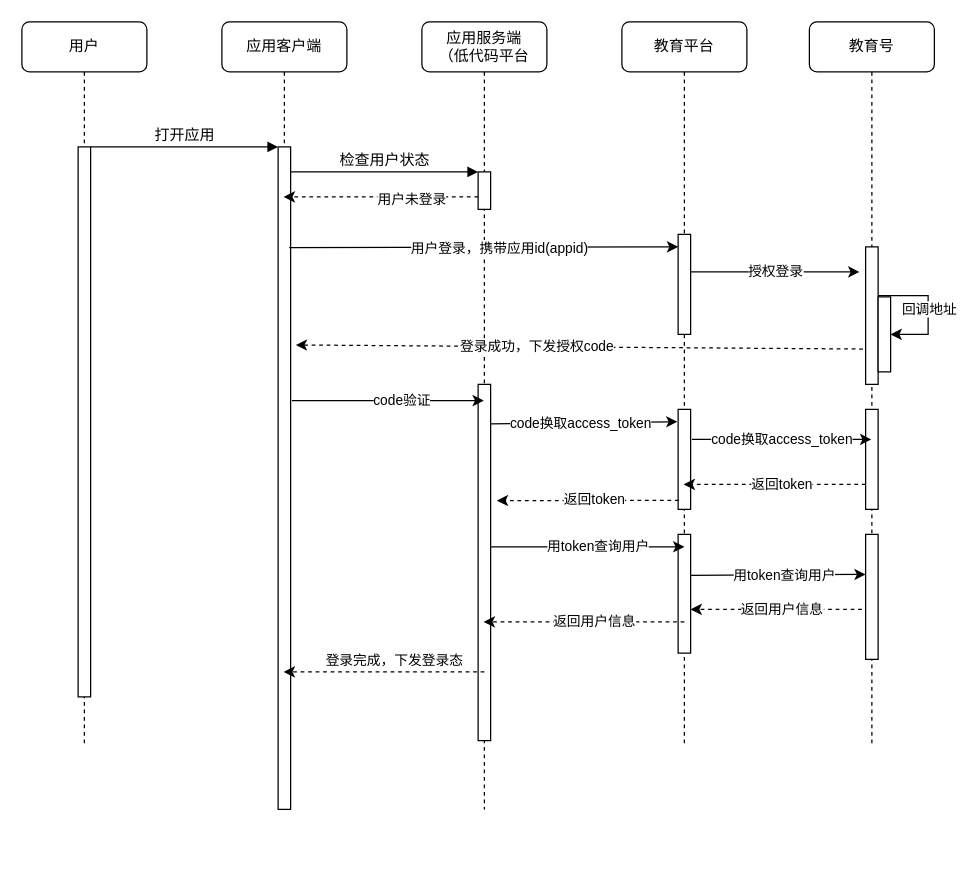
Above: 低代码应用单点登录流程.drawio in liangdengming/diagrams (draw.io), before the change. Source tidied: cells renumbered, new cells numbered last; positions are measured from the earlier drawing's top-left corner, leaving out a move shared by most shapes. Both pictures are drawn from the tidied source at 125%, with x=0, y=0 at pixel (21, 21).
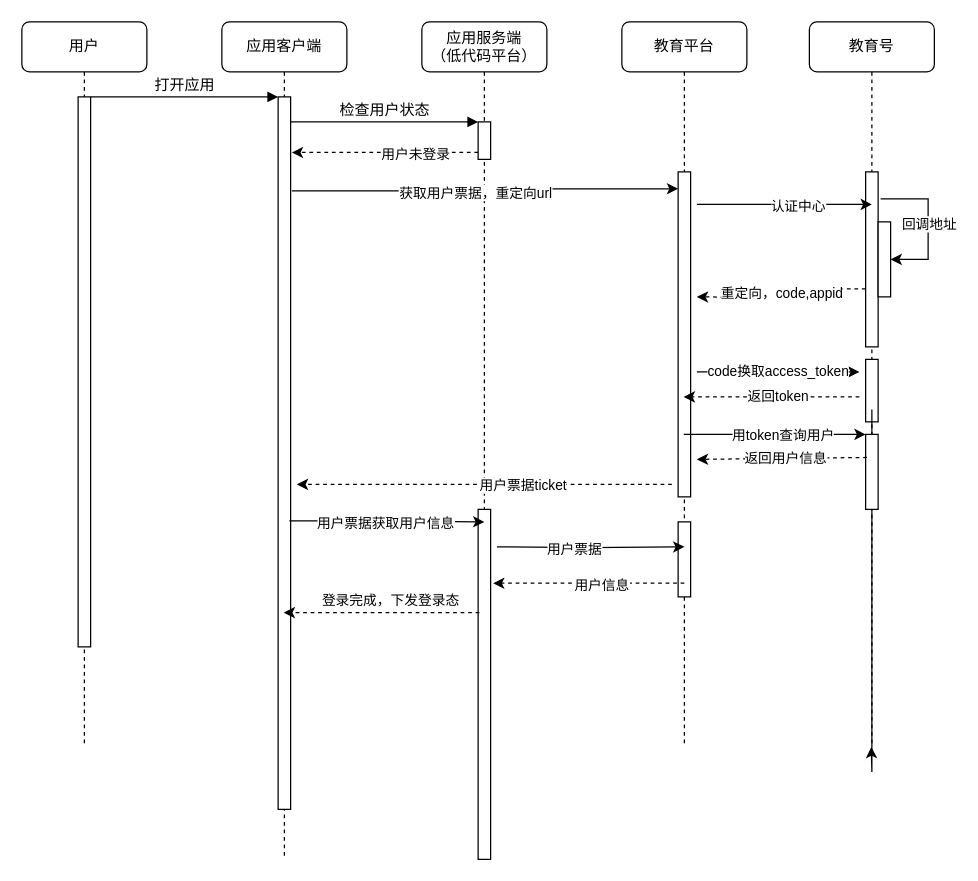
After the change.

Commit message:
更新低代码应用单点登录流程.drawio

The change refers to these unchanged cells:
```xml
<mxCell id="9" value="教育平台" style="shape=umlLifeline;perimeter=lifelinePerimeter;whiteSpace=wrap;html=1;outlineConnect=0;rounded=1;shadow=0;comic=0;labelBackgroundColor=none;strokeWidth=1;fontFamily=Verdana;fontSize=12;align=center;" parent="1" vertex="1">
  <mxGeometry x="480" width="100" height="580" as="geometry" />
</mxCell>
<mxCell id="13" value="用户" style="shape=umlLifeline;perimeter=lifelinePerimeter;whiteSpace=wrap;html=1;rounded=1;shadow=0;comic=0;labelBackgroundColor=none;strokeWidth=1;fontFamily=Verdana;fontSize=12;align=center;" parent="1" vertex="1">
  <mxGeometry width="100" height="580" as="geometry" />
</mxCell>
<mxCell id="17" value="教育号" style="shape=umlLifeline;perimeter=lifelinePerimeter;whiteSpace=wrap;html=1;outlineConnect=0;rounded=1;shadow=0;comic=0;labelBackgroundColor=none;strokeWidth=1;fontFamily=Verdana;fontSize=12;align=center;" parent="1" vertex="1">
  <mxGeometry x="630" width="100" height="580" as="geometry" />
</mxCell>
```

The edit, as a diff of the source:
```diff
@@
     <mxCell id="2" value="应用客户端" style="shape=umlLifeline;perimeter=lifelinePerimeter;whiteSpace=wrap;html=1;outlineConnect=0;rounded=1;shadow=0;comic=0;labelBackgroundColor=none;strokeWidth=1;fontFamily=Verdana;fontSize=12;align=center;" parent="1" vertex="1">
-      <mxGeometry x="160" width="100" height="630" as="geometry" />
+      <mxGeometry x="160" width="100" height="670" as="geometry" />
     </mxCell>
@@
     <mxCell id="4" style="html=1;points=[];perimeter=orthogonalPerimeter;rounded=0;shadow=0;comic=0;labelBackgroundColor=none;strokeWidth=1;fontFamily=Verdana;fontSize=12;align=center;" parent="2" vertex="1">
-      <mxGeometry x="45" y="100" width="10" height="530" as="geometry" />
+      <mxGeometry x="45" y="60" width="10" height="570" as="geometry" />
     </mxCell>
-    <mxCell id="5" value="应用服务端&lt;br style=&quot;border-color: var(--border-color);&quot;&gt;（低代码平台" style="shape=umlLifeline;perimeter=lifelinePerimeter;whiteSpace=wrap;html=1;outlineConnect=0;rounded=1;shadow=0;comic=0;labelBackgroundColor=none;strokeWidth=1;fontFamily=Verdana;fontSize=12;align=center;" parent="1" vertex="1">
-      <mxGeometry x="320" width="100" height="630" as="geometry" />
+    <mxCell id="5" value="应用服务端&lt;br style=&quot;border-color: var(--border-color);&quot;&gt;（低代码平台）" style="shape=umlLifeline;perimeter=lifelinePerimeter;whiteSpace=wrap;html=1;outlineConnect=0;rounded=1;shadow=0;comic=0;labelBackgroundColor=none;strokeWidth=1;fontFamily=Verdana;fontSize=12;align=center;" parent="1" vertex="1">
+      <mxGeometry x="320" width="100" height="670" as="geometry" />
     </mxCell>
     <mxCell id="6" style="html=1;points=[];perimeter=orthogonalPerimeter;rounded=0;shadow=0;comic=0;labelBackgroundColor=none;strokeWidth=1;fontFamily=Verdana;fontSize=12;align=center;" parent="5" vertex="1">
-      <mxGeometry x="45" y="120" width="10" height="30" as="geometry" />
+      <mxGeometry x="45" y="80" width="10" height="30" as="geometry" />
     </mxCell>
@@
+    <mxCell id="52" style="edgeStyle=orthogonalEdgeStyle;rounded=0;jettySize=auto;html=1;" parent="5" edge="1" source="8" target="5">
+      <mxGeometry relative="1" as="geometry">
+        <Array as="points">
+          <mxPoint x="50" y="230" />
+          <mxPoint x="50" y="230" />
+        </Array>
+      </mxGeometry>
+    </mxCell>
     <mxCell id="8" style="html=1;points=[];perimeter=orthogonalPerimeter;rounded=0;shadow=0;comic=0;labelBackgroundColor=none;strokeWidth=1;fontFamily=Verdana;fontSize=12;align=center;" parent="5" vertex="1">
-      <mxGeometry x="45" y="290" width="10" height="285" as="geometry" />
+      <mxGeometry x="45" y="390" width="10" height="280" as="geometry" />
     </mxCell>
@@
-    <mxCell id="10" style="html=1;points=[];perimeter=orthogonalPerimeter;rounded=0;shadow=0;comic=0;labelBackgroundColor=none;strokeWidth=1;fontFamily=Verdana;fontSize=12;align=center;" parent="9" vertex="1">
-      <mxGeometry x="45" y="170" width="10" height="80" as="geometry" />
-    </mxCell>
+    <mxCell id="53" style="edgeStyle=orthogonalEdgeStyle;rounded=0;jettySize=auto;html=1;" parent="9" edge="1" source="11" target="9">
+      <mxGeometry relative="1" as="geometry">
+        <Array as="points">
+          <mxPoint x="50" y="230" />
+          <mxPoint x="50" y="230" />
+        </Array>
+      </mxGeometry>
+    </mxCell>
     <mxCell id="11" style="html=1;points=[];perimeter=orthogonalPerimeter;rounded=0;shadow=0;comic=0;labelBackgroundColor=none;strokeWidth=1;fontFamily=Verdana;fontSize=12;align=center;" parent="9" vertex="1">
-      <mxGeometry x="45" y="310" width="10" height="80" as="geometry" />
+      <mxGeometry x="45" y="120" width="10" height="260" as="geometry" />
     </mxCell>
-    <mxCell id="12" style="html=1;points=[];perimeter=orthogonalPerimeter;rounded=0;shadow=0;comic=0;labelBackgroundColor=none;strokeWidth=1;fontFamily=Verdana;fontSize=12;align=center;" parent="9" vertex="1">
-      <mxGeometry x="45" y="410" width="10" height="95" as="geometry" />
-    </mxCell>
+    <mxCell id="54" style="html=1;points=[];perimeter=orthogonalPerimeter;rounded=0;shadow=0;comic=0;labelBackgroundColor=none;strokeWidth=1;fontFamily=Verdana;fontSize=12;align=center;" parent="9" vertex="1">
+      <mxGeometry x="45" y="400" width="10" height="60" as="geometry" />
+    </mxCell>
@@
     <mxCell id="14" style="html=1;points=[];perimeter=orthogonalPerimeter;rounded=0;shadow=0;comic=0;labelBackgroundColor=none;strokeWidth=1;fontFamily=Verdana;fontSize=12;align=center;" parent="13" vertex="1">
-      <mxGeometry x="45" y="100" width="10" height="440" as="geometry" />
+      <mxGeometry x="45" y="60" width="10" height="440" as="geometry" />
     </mxCell>
@@
     <mxCell id="19" style="html=1;points=[];perimeter=orthogonalPerimeter;rounded=0;shadow=0;comic=0;labelBackgroundColor=none;strokeWidth=1;fontFamily=Verdana;fontSize=12;align=center;" parent="17" vertex="1">
-      <mxGeometry x="45" y="180" width="10" height="110" as="geometry" />
+      <mxGeometry x="45" y="120" width="10" height="140" as="geometry" />
     </mxCell>
@@
     <mxCell id="21" style="html=1;points=[];perimeter=orthogonalPerimeter;rounded=0;shadow=0;comic=0;labelBackgroundColor=none;strokeWidth=1;fontFamily=Verdana;fontSize=12;align=center;" parent="17" vertex="1">
-      <mxGeometry x="55" y="220" width="10" height="60" as="geometry" />
+      <mxGeometry x="55" y="160" width="10" height="60" as="geometry" />
     </mxCell>
-    <mxCell id="22" style="endArrow=classic;html=1;rounded=0;exitX=1;exitY=0.355;exitDx=0;exitDy=0;exitPerimeter=0;edgeStyle=entityRelationEdgeStyle;elbow=vertical;" parent="17" edge="1" source="19" target="21">
+    <mxCell id="22" style="endArrow=classic;html=1;rounded=0;exitX=1.2;exitY=0.154;exitDx=0;exitDy=0;exitPerimeter=0;edgeStyle=entityRelationEdgeStyle;elbow=vertical;" parent="17" edge="1" source="19" target="21">
       <mxGeometry relative="1" as="geometry" />
     </mxCell>
@@
     <mxCell id="24" style="html=1;points=[];perimeter=orthogonalPerimeter;rounded=0;shadow=0;comic=0;labelBackgroundColor=none;strokeWidth=1;fontFamily=Verdana;fontSize=12;align=center;" parent="17" vertex="1">
-      <mxGeometry x="45" y="310" width="10" height="80" as="geometry" />
+      <mxGeometry x="45" y="270" width="10" height="50" as="geometry" />
     </mxCell>
+    <mxCell id="55" style="edgeStyle=orthogonalEdgeStyle;rounded=0;jettySize=auto;html=1;" parent="17" edge="1" source="25" target="17">
+      <mxGeometry relative="1" as="geometry" />
+    </mxCell>
     <mxCell id="25" style="html=1;points=[];perimeter=orthogonalPerimeter;rounded=0;shadow=0;comic=0;labelBackgroundColor=none;strokeWidth=1;fontFamily=Verdana;fontSize=12;align=center;" parent="17" vertex="1">
-      <mxGeometry x="45" y="410" width="10" height="100" as="geometry" />
+      <mxGeometry x="45" y="330" width="10" height="60" as="geometry" />
     </mxCell>
-    <mxCell id="26" style="edgeStyle=none;rounded=0;orthogonalLoop=1;jettySize=auto;html=1;entryX=1.3;entryY=0.784;entryDx=0;entryDy=0;entryPerimeter=0;elbow=vertical;dashed=1;" parent="17" edge="1">
-      <mxGeometry relative="1" as="geometry">
-        <mxPoint x="42" y="470" as="sourcePoint" />
-        <mxPoint x="-95" y="470" as="targetPoint" />
-      </mxGeometry>
-    </mxCell>
-    <mxCell id="27" value="返回用户信息" style="edgeLabel;html=1;align=center;verticalAlign=middle;" parent="26" vertex="1">
-      <mxGeometry x="-0.31" y="-1" relative="1" as="geometry">
-        <mxPoint x="-18" as="offset" />
-      </mxGeometry>
-    </mxCell>
-    <mxCell id="28" style="rounded=0;jettySize=auto;html=1;dashed=1;" parent="1" edge="1" source="6" target="2">
-      <mxGeometry relative="1" as="geometry">
-        <Array as="points">
-          <mxPoint x="280" y="140" />
-        </Array>
-      </mxGeometry>
+    <mxCell id="28" style="rounded=0;jettySize=auto;html=1;dashed=1;entryX=1.1;entryY=0.078;entryDx=0;entryDy=0;entryPerimeter=0;" parent="1" edge="1" source="6" target="4">
+      <mxGeometry relative="1" as="geometry" />
     </mxCell>
@@
-    <mxCell id="30" style="rounded=0;jettySize=auto;html=1;exitX=0.889;exitY=0.152;exitDx=0;exitDy=0;exitPerimeter=0;entryX=0;entryY=0.125;entryDx=0;entryDy=0;entryPerimeter=0;" parent="1" edge="1" source="4" target="10">
-      <mxGeometry relative="1" as="geometry" />
-    </mxCell>
-    <mxCell id="31" value="用户登录，携带应用id(appid)" style="edgeLabel;html=1;align=center;verticalAlign=middle;" parent="30" vertex="1">
-      <mxGeometry x="0.08" y="1" relative="1" as="geometry">
-        <mxPoint y="1" as="offset" />
-      </mxGeometry>
-    </mxCell>
-    <mxCell id="32" value="授权登录" style="edgeStyle=none;rounded=0;jettySize=auto;html=1;" parent="1" edge="1" source="10">
-      <mxGeometry relative="1" as="geometry">
-        <mxPoint x="670" y="200" as="targetPoint" />
-      </mxGeometry>
-    </mxCell>
-    <mxCell id="33" style="rounded=0;jettySize=auto;html=1;elbow=vertical;dashed=1;entryX=1.416;entryY=0.299;entryDx=0;entryDy=0;entryPerimeter=0;exitX=-0.216;exitY=0.743;exitDx=0;exitDy=0;exitPerimeter=0;" parent="1" edge="1" source="19" target="4">
-      <mxGeometry relative="1" as="geometry" />
-    </mxCell>
-    <mxCell id="34" value="登录成功，下发授权code" style="edgeLabel;html=1;align=center;verticalAlign=middle;" parent="33" vertex="1">
-      <mxGeometry x="0.15" relative="1" as="geometry" />
-    </mxCell>
-    <mxCell id="35" style="rounded=0;jettySize=auto;html=1;elbow=vertical;exitX=1.1;exitY=0.383;exitDx=0;exitDy=0;exitPerimeter=0;" parent="1" edge="1" source="4" target="5">
-      <mxGeometry relative="1" as="geometry" />
-    </mxCell>
-    <mxCell id="36" value="code验证" style="edgeLabel;html=1;align=center;verticalAlign=middle;" parent="35" vertex="1">
-      <mxGeometry x="0.14" relative="1" as="geometry" />
-    </mxCell>
-    <mxCell id="37" style="rounded=0;jettySize=auto;html=1;elbow=vertical;exitX=0.995;exitY=0.111;exitDx=0;exitDy=0;exitPerimeter=0;entryX=-0.058;entryY=0.123;entryDx=0;entryDy=0;entryPerimeter=0;" parent="1" edge="1" source="8" target="11">
-      <mxGeometry relative="1" as="geometry" />
-    </mxCell>
-    <mxCell id="38" value="code换取access_token" style="edgeLabel;html=1;align=center;verticalAlign=middle;" parent="37" vertex="1">
-      <mxGeometry x="0.24" y="-1" relative="1" as="geometry">
-        <mxPoint x="-21" y="-1" as="offset" />
-      </mxGeometry>
-    </mxCell>
-    <mxCell id="39" value="code换取access_token" style="edgeStyle=none;rounded=0;jettySize=auto;html=1;elbow=vertical;exitX=1.1;exitY=0.3;exitDx=0;exitDy=0;exitPerimeter=0;" parent="1" edge="1" source="11" target="17">
-      <mxGeometry relative="1" as="geometry" />
+    <mxCell id="39" value="code换取access_token" style="edgeStyle=none;rounded=0;orthogonalLoop=1;jettySize=auto;html=1;elbow=vertical;" parent="1" edge="1">
+      <mxGeometry relative="1" as="geometry">
+        <mxPoint x="540" y="280" as="sourcePoint" />
+        <mxPoint x="670" y="280" as="targetPoint" />
+      </mxGeometry>
     </mxCell>
-    <mxCell id="40" style="edgeStyle=none;rounded=0;jettySize=auto;html=1;elbow=vertical;dashed=1;" parent="1" edge="1" source="24" target="9">
+    <mxCell id="40" style="rounded=0;jettySize=auto;html=1;elbow=vertical;dashed=1;" parent="1" edge="1" target="9">
       <mxGeometry relative="1" as="geometry">
-        <Array as="points">
-          <mxPoint x="580" y="370" />
-        </Array>
+        <mxPoint x="670" y="300" as="sourcePoint" />
       </mxGeometry>
     </mxCell>
@@
-    <mxCell id="42" style="rounded=0;jettySize=auto;html=1;elbow=vertical;dashed=1;exitX=0.047;exitY=0.909;exitDx=0;exitDy=0;exitPerimeter=0;" parent="1" edge="1" source="11">
-      <mxGeometry relative="1" as="geometry">
-        <mxPoint x="380" y="383" as="targetPoint" />
-      </mxGeometry>
-    </mxCell>
-    <mxCell id="43" value="返回token" style="edgeLabel;html=1;align=center;verticalAlign=middle;" parent="42" vertex="1">
-      <mxGeometry x="-0.31" y="-1" relative="1" as="geometry">
-        <mxPoint x="-18" as="offset" />
-      </mxGeometry>
-    </mxCell>
-    <mxCell id="44" style="edgeStyle=none;rounded=0;jettySize=auto;html=1;entryX=0.5;entryY=0.105;entryDx=0;entryDy=0;entryPerimeter=0;elbow=vertical;" parent="1" edge="1" source="8" target="12">
-      <mxGeometry relative="1" as="geometry" />
-    </mxCell>
-    <mxCell id="45" value="用token查询用户" style="edgeLabel;html=1;align=center;verticalAlign=middle;" parent="44" vertex="1">
-      <mxGeometry x="0.26" relative="1" as="geometry">
-        <mxPoint x="-13" as="offset" />
-      </mxGeometry>
-    </mxCell>
-    <mxCell id="46" style="edgeStyle=none;rounded=0;jettySize=auto;html=1;entryX=0;entryY=0.32;entryDx=0;entryDy=0;entryPerimeter=0;elbow=vertical;exitX=0.995;exitY=0.345;exitDx=0;exitDy=0;exitPerimeter=0;" parent="1" edge="1" source="12" target="25">
+    <mxCell id="46" style="edgeStyle=none;rounded=0;jettySize=auto;html=1;elbow=vertical;" parent="1" edge="1" source="9" target="25">
       <mxGeometry relative="1" as="geometry" />
     </mxCell>
@@
-    <mxCell id="48" style="rounded=0;jettySize=auto;html=1;elbow=vertical;dashed=1;" parent="1" edge="1" target="5">
-      <mxGeometry relative="1" as="geometry">
-        <mxPoint x="530" y="480" as="sourcePoint" />
-      </mxGeometry>
-    </mxCell>
-    <mxCell id="49" value="返回用户信息" style="edgeLabel;html=1;align=center;verticalAlign=middle;" parent="48" vertex="1">
-      <mxGeometry x="-0.31" y="-1" relative="1" as="geometry">
-        <mxPoint x="-18" as="offset" />
-      </mxGeometry>
-    </mxCell>
-    <mxCell id="50" style="rounded=0;jettySize=auto;html=1;elbow=vertical;dashed=1;" parent="1" edge="1" target="2">
-      <mxGeometry relative="1" as="geometry">
-        <mxPoint x="370" y="520" as="sourcePoint" />
-      </mxGeometry>
+    <mxCell id="50" style="rounded=0;jettySize=auto;html=1;elbow=vertical;dashed=1;exitX=0.1;exitY=0.295;exitDx=0;exitDy=0;exitPerimeter=0;" parent="1" edge="1" source="8" target="2">
+      <mxGeometry relative="1" as="geometry" />
     </mxCell>
@@
+    <mxCell id="56" value="重定向，code,appid" style="edgeStyle=orthogonalEdgeStyle;rounded=0;jettySize=auto;html=1;exitX=0;exitY=0.668;exitDx=0;exitDy=0;exitPerimeter=0;dashed=1;" parent="1" edge="1" source="19">
+      <mxGeometry relative="1" as="geometry">
+        <mxPoint x="540" y="220" as="targetPoint" />
+      </mxGeometry>
+    </mxCell>
+    <mxCell id="26" style="edgeStyle=none;rounded=0;jettySize=auto;html=1;elbow=vertical;dashed=1;exitX=0.1;exitY=0.308;exitDx=0;exitDy=0;exitPerimeter=0;" parent="1" edge="1" source="25">
+      <mxGeometry relative="1" as="geometry">
+        <mxPoint x="540" y="350" as="targetPoint" />
+      </mxGeometry>
+    </mxCell>
+    <mxCell id="27" value="返回用户信息" style="edgeLabel;html=1;align=center;verticalAlign=middle;" parent="26" vertex="1">
+      <mxGeometry x="-0.31" y="-1" relative="1" as="geometry">
+        <mxPoint x="-18" as="offset" />
+      </mxGeometry>
+    </mxCell>
+    <mxCell id="57" style="edgeStyle=orthogonalEdgeStyle;rounded=0;orthogonalLoop=1;jettySize=auto;html=1;dashed=1;" parent="1" edge="1">
+      <mxGeometry relative="1" as="geometry">
+        <mxPoint x="520" y="370" as="sourcePoint" />
+        <mxPoint x="220" y="370" as="targetPoint" />
+      </mxGeometry>
+    </mxCell>
+    <mxCell id="58" value="用户票据ticket" style="edgeLabel;html=1;align=center;verticalAlign=middle;" parent="57" vertex="1">
+      <mxGeometry x="-0.2" relative="1" as="geometry" />
+    </mxCell>
+    <mxCell id="59" style="edgeStyle=orthogonalEdgeStyle;rounded=0;jettySize=auto;html=1;exitX=1.1;exitY=0.132;exitDx=0;exitDy=0;exitPerimeter=0;entryX=0;entryY=0.052;entryDx=0;entryDy=0;entryPerimeter=0;" parent="1" edge="1" source="4" target="11">
+      <mxGeometry relative="1" as="geometry" />
+    </mxCell>
+    <mxCell id="60" value="获取用户票据，重定向url" style="edgeLabel;html=1;align=center;verticalAlign=middle;" parent="59" vertex="1">
+      <mxGeometry x="-0.06" y="-1" relative="1" as="geometry" />
+    </mxCell>
+    <mxCell id="61" style="edgeStyle=orthogonalEdgeStyle;rounded=0;orthogonalLoop=1;jettySize=auto;html=1;" parent="1" edge="1">
+      <mxGeometry relative="1" as="geometry">
+        <mxPoint x="540" y="146" as="sourcePoint" />
+        <mxPoint x="680" y="146" as="targetPoint" />
+      </mxGeometry>
+    </mxCell>
+    <mxCell id="62" value="认证中心" style="edgeLabel;html=1;align=center;verticalAlign=middle;" parent="61" vertex="1">
+      <mxGeometry x="0.14" relative="1" as="geometry">
+        <mxPoint y="1" as="offset" />
+      </mxGeometry>
+    </mxCell>
+    <mxCell id="63" style="edgeStyle=orthogonalEdgeStyle;rounded=0;jettySize=auto;html=1;entryX=0.5;entryY=0.036;entryDx=0;entryDy=0;entryPerimeter=0;exitX=0.9;exitY=0.595;exitDx=0;exitDy=0;exitPerimeter=0;" parent="1" edge="1" source="4" target="8">
+      <mxGeometry relative="1" as="geometry" />
+    </mxCell>
+    <mxCell id="64" value="用户票据获取用户信息" style="edgeLabel;html=1;align=center;verticalAlign=middle;" parent="63" vertex="1">
+      <mxGeometry x="0.07" relative="1" as="geometry">
+        <mxPoint x="-7" as="offset" />
+      </mxGeometry>
+    </mxCell>
+    <mxCell id="65" style="edgeStyle=orthogonalEdgeStyle;rounded=0;jettySize=auto;html=1;entryX=0.5;entryY=0.333;entryDx=0;entryDy=0;entryPerimeter=0;" parent="1" edge="1" target="54">
+      <mxGeometry relative="1" as="geometry">
+        <mxPoint x="380" y="420" as="sourcePoint" />
+      </mxGeometry>
+    </mxCell>
+    <mxCell id="66" value="用户票据" style="edgeLabel;html=1;align=center;verticalAlign=middle;" parent="65" vertex="1">
+      <mxGeometry x="-0.18" y="-1" relative="1" as="geometry" />
+    </mxCell>
+    <mxCell id="67" style="edgeStyle=orthogonalEdgeStyle;rounded=0;jettySize=auto;html=1;entryX=1.2;entryY=0.211;entryDx=0;entryDy=0;entryPerimeter=0;exitX=0.5;exitY=0.818;exitDx=0;exitDy=0;exitPerimeter=0;dashed=1;" parent="1" edge="1" source="54" target="8">
+      <mxGeometry relative="1" as="geometry" />
+    </mxCell>
+    <mxCell id="68" value="用户信息" style="edgeLabel;html=1;align=center;verticalAlign=middle;" parent="67" vertex="1">
+      <mxGeometry x="-0.12" y="1" relative="1" as="geometry" />
+    </mxCell>
```
